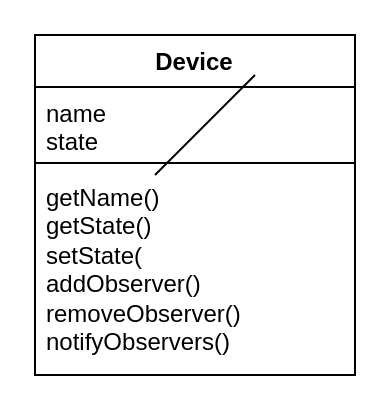
This is Assignment 2.drawio from sirfan123/1530, a draw.io file, before an edit. Source tidied: cells renumbered, new cells numbered last; positions are measured from the earlier drawing's top-left corner, leaving out a move shared by most shapes. Both pictures are drawn from the tidied source at 200%, with x=0, y=0 at pixel (34, 34).
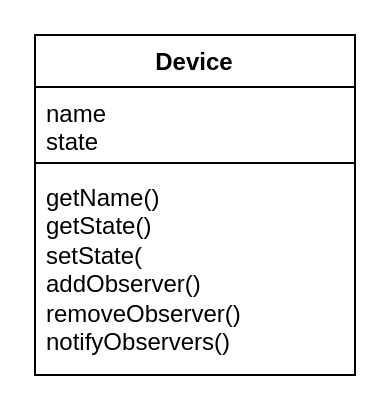
The same page after the edit.

Change to the diagram source:
```diff
@@
 <mxGraphModel>
   <root>
     <mxCell id="0" />
     <mxCell id="1" parent="0" />
     <mxCell id="2" value="Device" style="swimlane;fontStyle=1;align=center;verticalAlign=top;horizontal=1;startSize=26;whiteSpace=wrap;html=1;" parent="1" vertex="1">
       <mxGeometry width="160" height="170" as="geometry" />
     </mxCell>
     <mxCell id="3" value="name&lt;br&gt;state" style="text;strokeColor=none;fillColor=none;align=left;verticalAlign=top;spacingLeft=4;spacingRight=4;overflow=hidden;whiteSpace=wrap;html=1;" parent="2" vertex="1">
       <mxGeometry y="26" width="160" height="34" as="geometry" />
     </mxCell>
     <mxCell id="4" style="line;strokeWidth=1;fillColor=none;align=left;verticalAlign=middle;spacingTop=-1;spacingLeft=3;spacingRight=3;labelPosition=right;strokeColor=inherit;" parent="2" vertex="1">
       <mxGeometry y="60" width="160" height="8" as="geometry" />
     </mxCell>
     <mxCell id="5" value="getName()&lt;br&gt;getState()&lt;br&gt;setState(&lt;br&gt;addObserver()&lt;br&gt;removeObserver()&lt;br&gt;notifyObservers()&amp;nbsp;" style="text;strokeColor=none;fillColor=none;align=left;verticalAlign=top;spacingLeft=4;spacingRight=4;overflow=hidden;whiteSpace=wrap;html=1;" parent="2" vertex="1">
       <mxGeometry y="68" width="160" height="102" as="geometry" />
     </mxCell>
-    <mxCell id="6" style="endArrow=none;html=1;rounded=0;" parent="1" edge="1">
-      <mxGeometry relative="1" as="geometry">
-        <mxPoint x="60" y="70" as="sourcePoint" />
-        <mxPoint x="110" y="20" as="targetPoint" />
-      </mxGeometry>
-    </mxCell>
   </root>
 </mxGraphModel>
```
